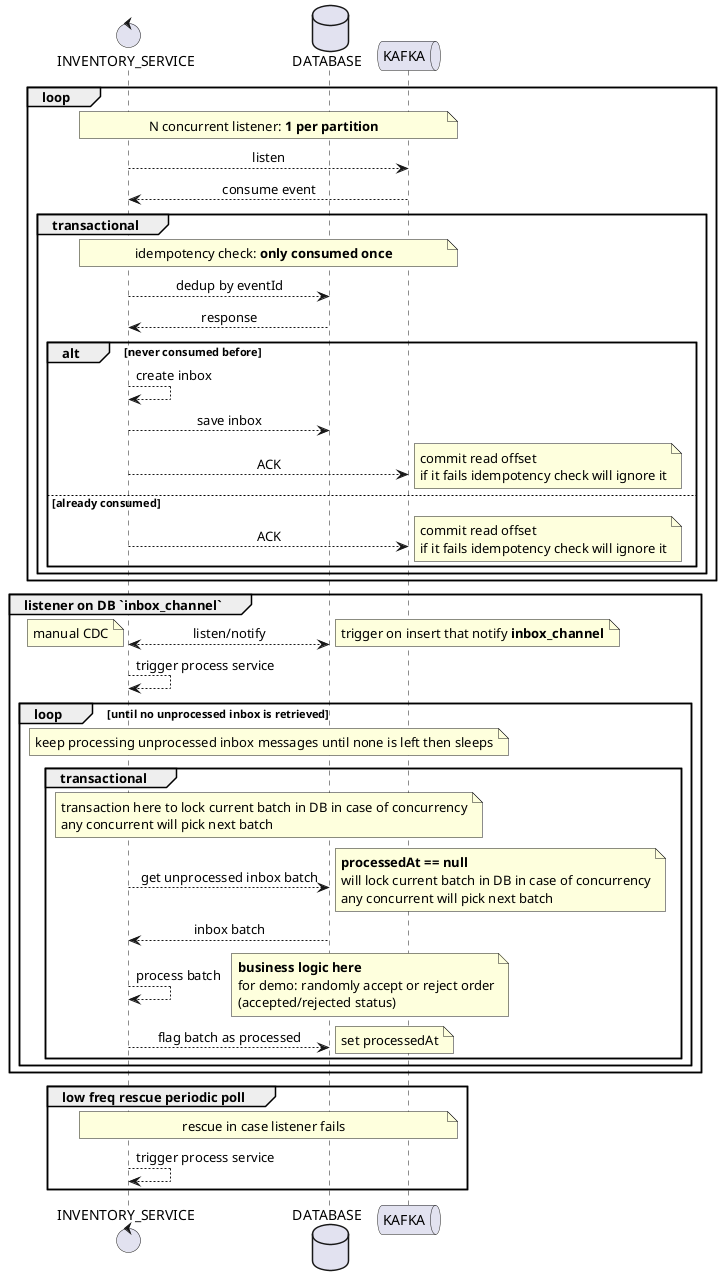
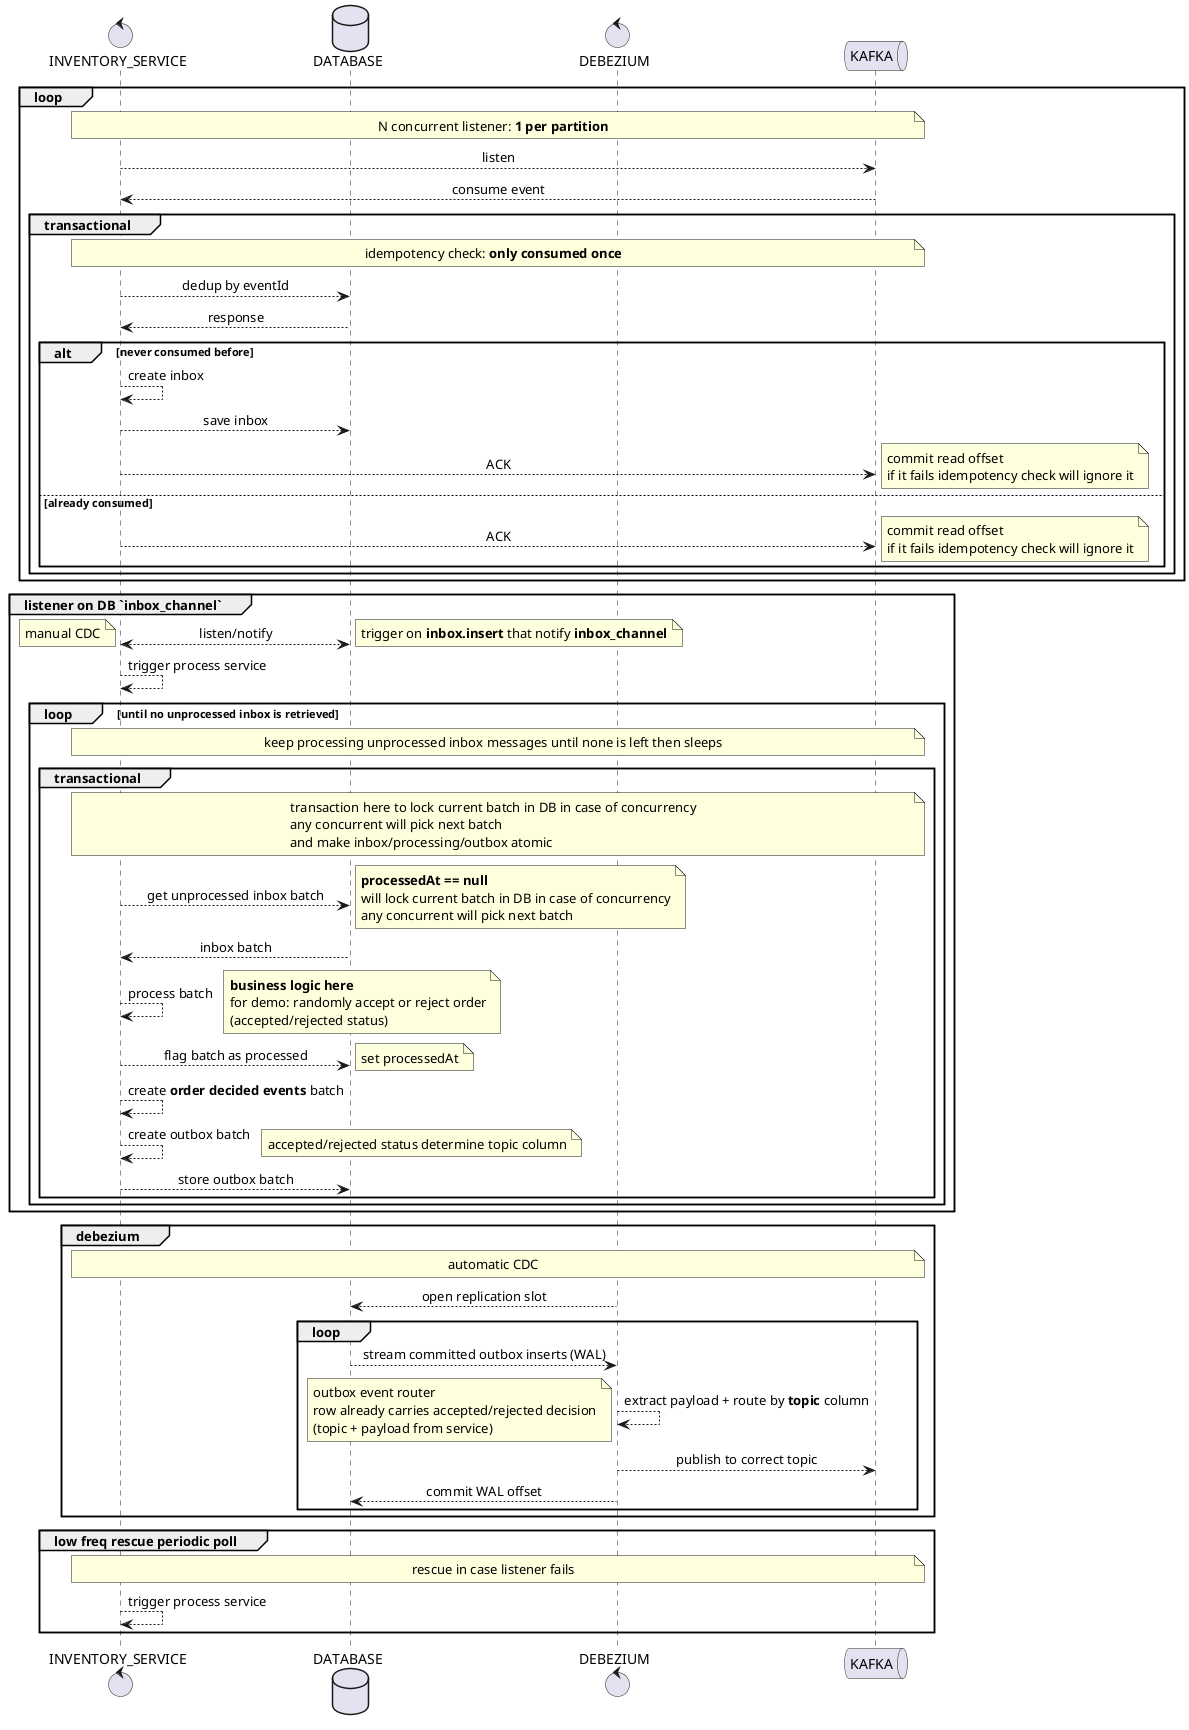
@startuml
skinparam sequenceMessageAlign center

control INVENTORY_SERVICE as SERVICE
database DATABASE as DB
+ control DEBEZIUM as Z
queue KAFKA as K

loop
    note across: N concurrent listener: **1 per partition**
    SERVICE --> K: listen
    K --> SERVICE: consume event
    group transactional
        note across: idempotency check: **only consumed once**
        SERVICE --> DB: dedup by eventId
        DB --> SERVICE: response
        alt never consumed before
            SERVICE --> SERVICE: create inbox
            SERVICE --> DB: save inbox
            SERVICE --> K: ACK
            note right: commit read offset\nif it fails idempotency check will ignore it
        else already consumed
            SERVICE --> K: ACK
            note right: commit read offset\nif it fails idempotency check will ignore it
        end
    end
end

group listener on DB `inbox_channel`
    SERVICE <--> DB: listen/notify
    note left: manual CDC
-     note right: trigger on insert that notify **inbox_channel**
+     note right: trigger on **inbox.insert** that notify **inbox_channel**
    SERVICE --> SERVICE: trigger process service
    loop until no unprocessed inbox is retrieved
        note across: keep processing unprocessed inbox messages until none is left then sleeps
        group transactional
-             note across: transaction here to lock current batch in DB in case of concurrency\nany concurrent will pick next batch
-             SERVICE --> DB : get unprocessed inbox batch
+             note across: transaction here to lock current batch in DB in case of concurrency\nany concurrent will pick next batch\nand make inbox/processing/outbox atomic
+             SERVICE --> DB: get unprocessed inbox batch
            note right: **processedAt == null**\nwill lock current batch in DB in case of concurrency\nany concurrent will pick next batch
-             DB --> SERVICE : inbox batch
-             SERVICE --> SERVICE : process batch
+             DB --> SERVICE: inbox batch
+             SERVICE --> SERVICE: process batch
            note right: **business logic here**\nfor demo: randomly accept or reject order\n(accepted/rejected status)
-             SERVICE --> DB : flag batch as processed
+             SERVICE --> DB: flag batch as processed
            note right: set processedAt
+             SERVICE --> SERVICE: create **order decided events** batch
+             SERVICE --> SERVICE: create outbox batch
+             note right: accepted/rejected status determine topic column
+             SERVICE --> DB: store outbox batch
        end
+     end
+ end
+ 
+ group debezium
+     note across: automatic CDC
+     Z --> DB: open replication slot
+     loop
+         DB --> Z: stream committed outbox inserts (WAL)
+         Z --> Z: extract payload + route by **topic** column
+         note left: outbox event router\nrow already carries accepted/rejected decision\n(topic + payload from service)
+         Z --> K: publish to correct topic
+         Z --> DB: commit WAL offset
    end
end

group low freq rescue periodic poll
    note across: rescue in case listener fails
    SERVICE --> SERVICE: trigger process service
end
@enduml
